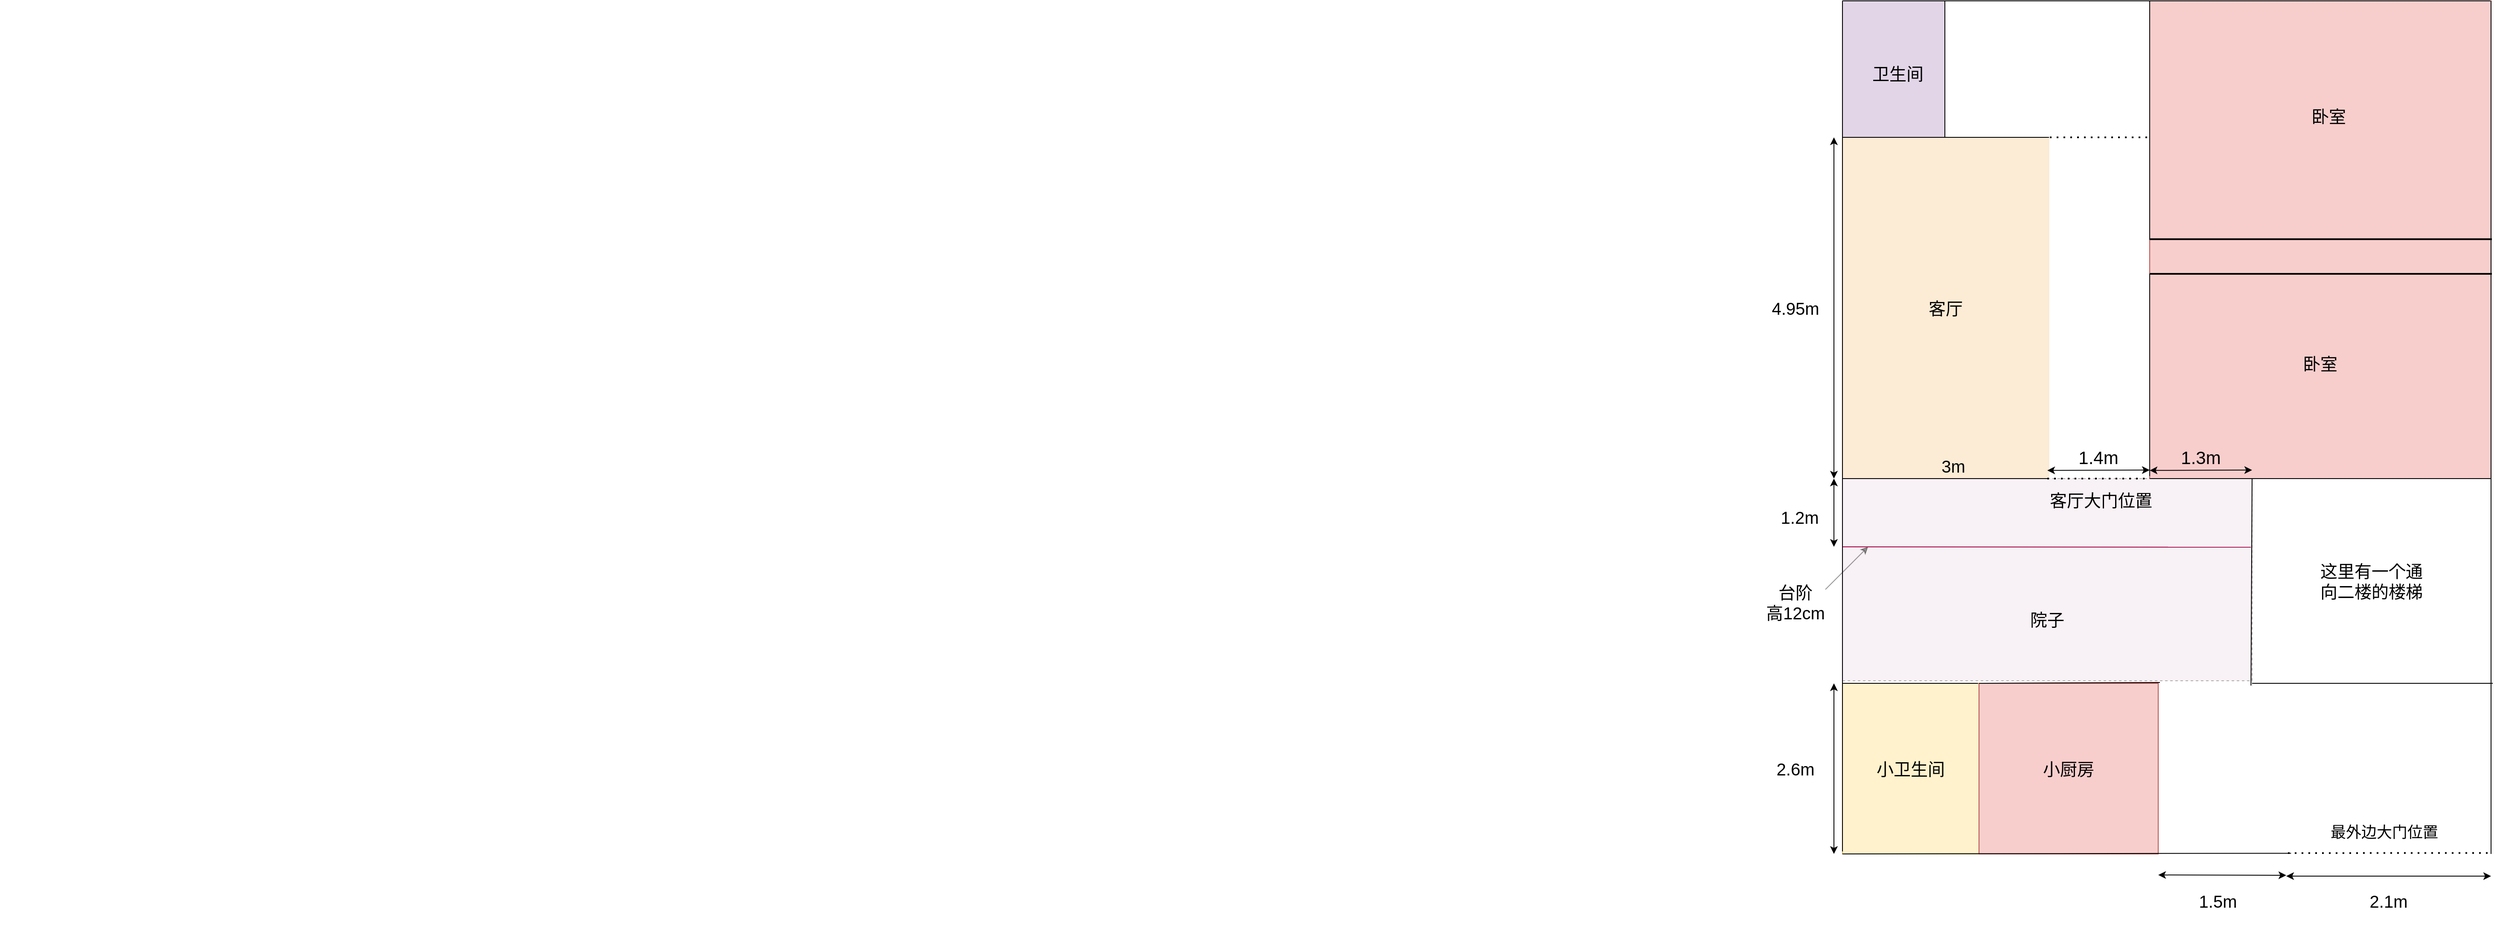
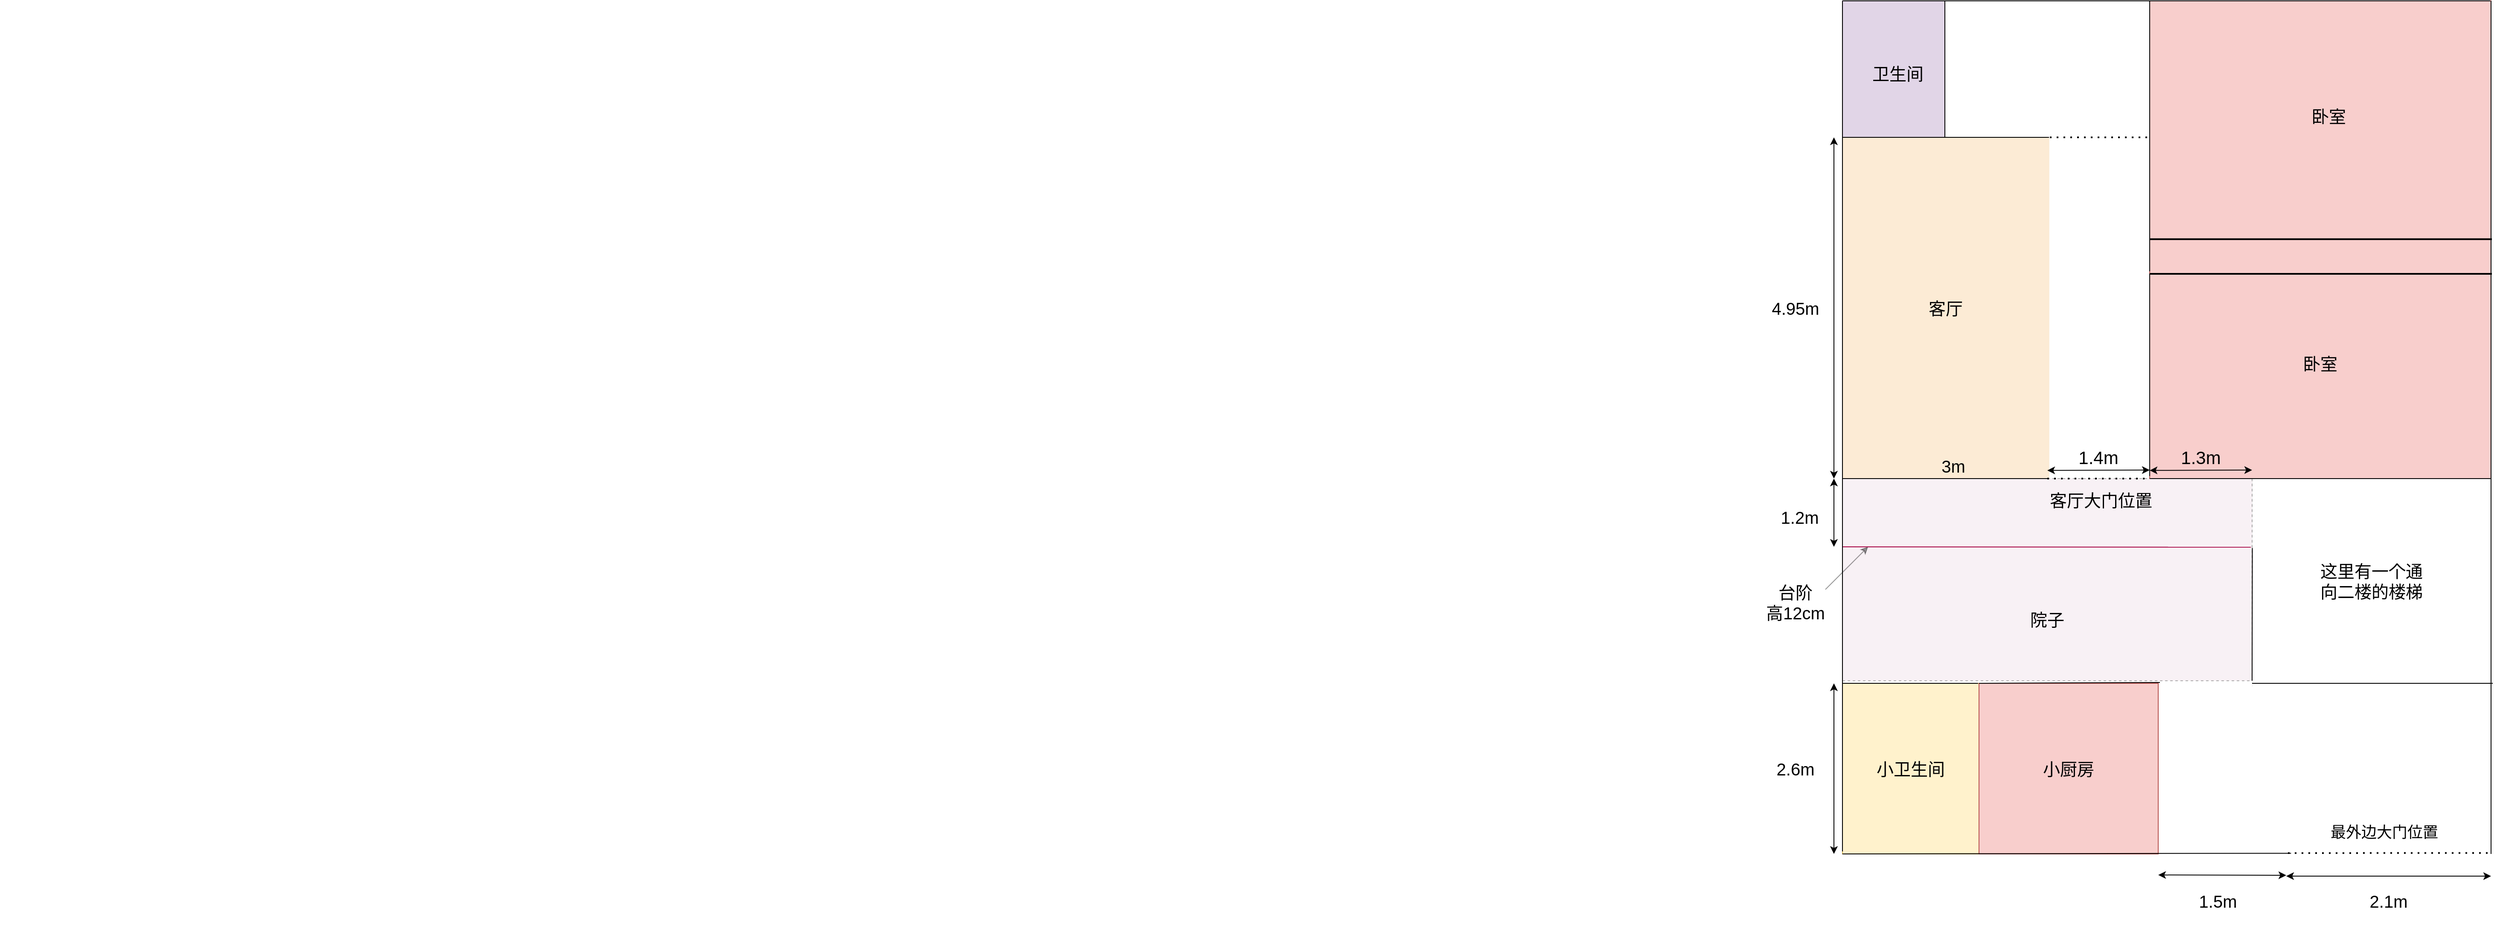
<mxfile host="app.diagrams.net">
  <diagram name="第 1 页" id="wZIuyqcNDYoyF_n4KTNo">
-     <mxGraphModel dx="5005" dy="1002" grid="1" gridSize="10" guides="1" tooltips="1" connect="1" arrows="1" fold="1" page="0" pageScale="1" pageWidth="827" pageHeight="1169" math="0" shadow="0">
+     <mxGraphModel dx="5391" dy="1217" grid="1" gridSize="10" guides="1" tooltips="1" connect="1" arrows="1" fold="1" page="0" pageScale="1" pageWidth="827" pageHeight="1169" math="0" shadow="0">
      <root>
        <mxCell id="0" />
        <mxCell id="1" parent="0" />
        <mxCell id="B6cJezgEDmUqJ-jPERdG-46" parent="1" style="rounded=0;whiteSpace=wrap;html=1;fillColor=#E6D0DE;opacity=30;dashed=1;" value="" vertex="1">
          <mxGeometry height="237" width="480" x="-712" y="593" as="geometry" />
        </mxCell>
        <mxCell id="B6cJezgEDmUqJ-jPERdG-32" parent="1" style="rounded=0;whiteSpace=wrap;html=1;fillColor=#f8cecc;strokeColor=#b85450;" value="" vertex="1">
          <mxGeometry height="560" width="400" x="-352" y="33" as="geometry" />
        </mxCell>
        <mxCell id="B6cJezgEDmUqJ-jPERdG-1" parent="1" style="whiteSpace=wrap;html=1;aspect=fixed;strokeColor=#A50040;opacity=0;fillColor=#d80073;fontColor=#ffffff;" value="" vertex="1">
          <mxGeometry height="1033" width="1033" x="-2870" y="90" as="geometry" />
        </mxCell>
        <mxCell id="B6cJezgEDmUqJ-jPERdG-2" parent="1" style="rounded=0;whiteSpace=wrap;html=1;fillColor=#dae8fc;strokeColor=#6c8ebf;opacity=0;" value="" vertex="1">
          <mxGeometry height="200" width="388" x="-340" y="833" as="geometry" />
        </mxCell>
        <mxCell id="B6cJezgEDmUqJ-jPERdG-4" parent="1" style="rounded=0;whiteSpace=wrap;html=1;fillColor=#fff2cc;strokeColor=#d6b656;" value="&lt;font style=&quot;font-size: 20px;&quot;&gt;小卫生间&lt;/font&gt;" vertex="1">
          <mxGeometry height="200" width="160" x="-712" y="833" as="geometry" />
        </mxCell>
        <mxCell id="B6cJezgEDmUqJ-jPERdG-5" parent="1" style="rounded=0;whiteSpace=wrap;html=1;fillColor=#f8cecc;strokeColor=#b85450;" value="" vertex="1">
          <mxGeometry height="200" width="210" x="-552" y="833" as="geometry" />
        </mxCell>
        <mxCell id="B6cJezgEDmUqJ-jPERdG-6" parent="1" style="text;html=1;whiteSpace=wrap;strokeColor=none;fillColor=none;align=center;verticalAlign=middle;rounded=0;" value="&lt;font style=&quot;font-size: 18px;&quot;&gt;最外边大门位置&lt;/font&gt;" vertex="1">
          <mxGeometry height="30" width="130" x="-142" y="993" as="geometry" />
        </mxCell>
        <mxCell id="B6cJezgEDmUqJ-jPERdG-7" parent="1" style="text;html=1;whiteSpace=wrap;strokeColor=none;fillColor=none;align=center;verticalAlign=middle;rounded=0;" value="&lt;font style=&quot;font-size: 20px;&quot;&gt;小厨房&lt;/font&gt;" vertex="1">
          <mxGeometry height="30" width="70" x="-482" y="918" as="geometry" />
        </mxCell>
        <mxCell id="B6cJezgEDmUqJ-jPERdG-8" parent="1" style="text;html=1;whiteSpace=wrap;strokeColor=none;fillColor=none;align=center;verticalAlign=middle;rounded=0;" value="&lt;font style=&quot;font-size: 20px;&quot;&gt;院子&lt;/font&gt;" vertex="1">
          <mxGeometry height="30" width="60" x="-502" y="743" as="geometry" />
        </mxCell>
        <mxCell id="B6cJezgEDmUqJ-jPERdG-9" edge="1" parent="1" style="endArrow=none;html=1;rounded=0;entryX=0.997;entryY=0.335;entryDx=0;entryDy=0;entryPerimeter=0;fillColor=#d80073;strokeColor=#A50040;" value="">
          <mxGeometry height="50" relative="1" width="50" as="geometry">
            <mxPoint x="-712" y="673" as="sourcePoint" />
            <mxPoint x="-233.44000000000005" y="673.3999999999999" as="targetPoint" />
          </mxGeometry>
        </mxCell>
        <mxCell id="B6cJezgEDmUqJ-jPERdG-10" edge="1" parent="1" style="endArrow=classic;html=1;rounded=0;opacity=40;" value="">
          <mxGeometry height="50" relative="1" width="50" as="geometry">
            <mxPoint x="-732" y="723" as="sourcePoint" />
            <mxPoint x="-682" y="673" as="targetPoint" />
          </mxGeometry>
        </mxCell>
        <mxCell id="B6cJezgEDmUqJ-jPERdG-11" parent="1" style="text;html=1;whiteSpace=wrap;strokeColor=none;fillColor=none;align=center;verticalAlign=middle;rounded=0;" value="&lt;font style=&quot;font-size: 20px;&quot;&gt;台阶&lt;/font&gt;&lt;div&gt;&lt;span style=&quot;font-size: 20px;&quot;&gt;高12cm&lt;/span&gt;&lt;/div&gt;" vertex="1">
          <mxGeometry height="30" width="90" x="-812" y="723" as="geometry" />
        </mxCell>
        <mxCell id="B6cJezgEDmUqJ-jPERdG-12" parent="1" style="text;html=1;whiteSpace=wrap;strokeColor=none;fillColor=none;align=center;verticalAlign=middle;rounded=0;" value="&lt;font style=&quot;font-size: 20px;&quot;&gt;1.2m&lt;/font&gt;" vertex="1">
          <mxGeometry height="30" width="60" x="-792" y="623" as="geometry" />
        </mxCell>
        <mxCell id="B6cJezgEDmUqJ-jPERdG-13" parent="1" style="rounded=0;whiteSpace=wrap;html=1;fillColor=#fad7ac;strokeColor=#b46504;strokeWidth=0;opacity=50;" value="&lt;font style=&quot;font-size: 20px;&quot;&gt;客厅&lt;/font&gt;" vertex="1">
          <mxGeometry height="400" width="242" x="-712" y="193" as="geometry" />
        </mxCell>
        <mxCell id="B6cJezgEDmUqJ-jPERdG-14" edge="1" parent="1" style="endArrow=none;html=1;rounded=0;entryX=1;entryY=0;entryDx=0;entryDy=0;strokeWidth=0;" value="">
          <mxGeometry height="50" relative="1" width="50" as="geometry">
            <mxPoint x="-352" y="593" as="sourcePoint" />
            <mxPoint x="-231.99999999999955" y="593" as="targetPoint" />
          </mxGeometry>
        </mxCell>
        <mxCell id="B6cJezgEDmUqJ-jPERdG-15" edge="1" parent="1" source="B6cJezgEDmUqJ-jPERdG-2" style="endArrow=none;html=1;rounded=0;exitX=0.278;exitY=0.019;exitDx=0;exitDy=0;strokeWidth=0;exitPerimeter=0;" value="">
          <mxGeometry height="50" relative="1" width="50" as="geometry">
            <mxPoint x="-282" y="643" as="sourcePoint" />
            <mxPoint x="-232" y="593" as="targetPoint" />
          </mxGeometry>
        </mxCell>
        <mxCell id="B6cJezgEDmUqJ-jPERdG-16" edge="1" parent="1" style="endArrow=none;html=1;rounded=0;exitX=0;exitY=0;exitDx=0;exitDy=0;strokeWidth=0;" value="">
          <mxGeometry height="50" relative="1" width="50" as="geometry">
            <mxPoint x="-712" y="833" as="sourcePoint" />
            <mxPoint x="-712" y="593" as="targetPoint" />
          </mxGeometry>
        </mxCell>
        <mxCell id="B6cJezgEDmUqJ-jPERdG-17" edge="1" parent="1" style="endArrow=none;dashed=1;html=1;dashPattern=1 3;strokeWidth=2;rounded=0;" value="">
          <mxGeometry height="50" relative="1" width="50" as="geometry">
            <mxPoint x="-472" y="593" as="sourcePoint" />
            <mxPoint x="-352" y="593" as="targetPoint" />
          </mxGeometry>
        </mxCell>
        <mxCell id="B6cJezgEDmUqJ-jPERdG-18" parent="1" style="text;html=1;whiteSpace=wrap;strokeColor=none;fillColor=none;align=center;verticalAlign=middle;rounded=0;" value="&lt;span style=&quot;font-size: 20px;&quot;&gt;客厅大门位置&lt;/span&gt;" vertex="1">
          <mxGeometry height="30" width="140" x="-479" y="603" as="geometry" />
        </mxCell>
        <mxCell id="B6cJezgEDmUqJ-jPERdG-19" parent="1" style="text;html=1;whiteSpace=wrap;strokeColor=none;fillColor=none;align=center;verticalAlign=middle;rounded=0;" value="&lt;font style=&quot;font-size: 20px;&quot;&gt;3m&lt;/font&gt;" vertex="1">
          <mxGeometry height="30" width="60" x="-612" y="563" as="geometry" />
        </mxCell>
        <mxCell id="B6cJezgEDmUqJ-jPERdG-20" parent="1" style="text;html=1;whiteSpace=wrap;strokeColor=none;fillColor=none;align=center;verticalAlign=middle;rounded=0;" value="&lt;font style=&quot;font-size: 21px;&quot;&gt;1.3m&lt;/font&gt;" vertex="1">
          <mxGeometry height="30" width="60" x="-322" y="553" as="geometry" />
        </mxCell>
        <mxCell id="B6cJezgEDmUqJ-jPERdG-23" edge="1" parent="1" style="endArrow=classic;startArrow=classic;html=1;rounded=0;" value="">
          <mxGeometry height="50" relative="1" width="50" as="geometry">
            <mxPoint x="-722" y="673" as="sourcePoint" />
            <mxPoint x="-722" y="593" as="targetPoint" />
          </mxGeometry>
        </mxCell>
        <mxCell id="B6cJezgEDmUqJ-jPERdG-24" edge="1" parent="1" style="endArrow=classic;startArrow=classic;html=1;rounded=0;exitX=0;exitY=1;exitDx=0;exitDy=0;" value="">
          <mxGeometry height="50" relative="1" width="50" as="geometry">
            <mxPoint x="-352" y="583.41" as="sourcePoint" />
            <mxPoint x="-232" y="583" as="targetPoint" />
          </mxGeometry>
        </mxCell>
        <mxCell id="B6cJezgEDmUqJ-jPERdG-25" edge="1" parent="1" style="endArrow=classic;startArrow=classic;html=1;rounded=0;" value="">
          <mxGeometry height="50" relative="1" width="50" as="geometry">
            <mxPoint x="-722" y="593" as="sourcePoint" />
            <mxPoint x="-722" y="193" as="targetPoint" />
          </mxGeometry>
        </mxCell>
        <mxCell id="B6cJezgEDmUqJ-jPERdG-26" parent="1" style="text;html=1;whiteSpace=wrap;strokeColor=none;fillColor=none;align=center;verticalAlign=middle;rounded=0;" value="&lt;font style=&quot;font-size: 20px;&quot;&gt;4.95m&lt;/font&gt;" vertex="1">
          <mxGeometry height="30" width="60" x="-797" y="378" as="geometry" />
        </mxCell>
        <mxCell id="B6cJezgEDmUqJ-jPERdG-27" edge="1" parent="1" style="endArrow=classic;startArrow=classic;html=1;rounded=0;exitX=0;exitY=1;exitDx=0;exitDy=0;" value="">
          <mxGeometry height="50" relative="1" width="50" as="geometry">
            <mxPoint x="-472" y="583.41" as="sourcePoint" />
            <mxPoint x="-352" y="583" as="targetPoint" />
          </mxGeometry>
        </mxCell>
        <mxCell id="B6cJezgEDmUqJ-jPERdG-28" parent="1" style="text;html=1;whiteSpace=wrap;strokeColor=none;fillColor=none;align=center;verticalAlign=middle;rounded=0;" value="&lt;font style=&quot;font-size: 21px;&quot;&gt;1.4m&lt;/font&gt;" vertex="1">
          <mxGeometry height="30" width="60" x="-442" y="553" as="geometry" />
        </mxCell>
        <mxCell id="B6cJezgEDmUqJ-jPERdG-29" edge="1" parent="1" style="endArrow=none;html=1;rounded=0;" value="">
          <mxGeometry height="50" relative="1" width="50" as="geometry">
            <mxPoint x="48" y="1033" as="sourcePoint" />
            <mxPoint x="48" y="833" as="targetPoint" />
          </mxGeometry>
        </mxCell>
        <mxCell id="B6cJezgEDmUqJ-jPERdG-34" parent="1" style="rounded=0;whiteSpace=wrap;html=1;fillColor=#e1d5e7;strokeColor=#9673a6;" value="" vertex="1">
          <mxGeometry height="160" width="120" x="-712" y="33" as="geometry" />
        </mxCell>
        <mxCell id="B6cJezgEDmUqJ-jPERdG-37" edge="1" parent="1" style="endArrow=none;dashed=1;html=1;dashPattern=1 3;strokeWidth=2;rounded=0;entryX=0;entryY=0;entryDx=0;entryDy=0;" value="">
          <mxGeometry height="50" relative="1" width="50" as="geometry">
            <mxPoint x="-190" y="1032" as="sourcePoint" />
            <mxPoint x="48" y="1031.82" as="targetPoint" />
          </mxGeometry>
        </mxCell>
        <mxCell id="B6cJezgEDmUqJ-jPERdG-39" parent="1" style="text;html=1;whiteSpace=wrap;strokeColor=none;fillColor=none;align=center;verticalAlign=middle;rounded=0;" value="&lt;font style=&quot;font-size: 20px;&quot;&gt;这里有一个通向二楼的楼梯&lt;/font&gt;" vertex="1">
          <mxGeometry height="30" width="130" x="-157" y="698" as="geometry" />
        </mxCell>
        <mxCell id="B6cJezgEDmUqJ-jPERdG-40" edge="1" parent="1" style="endArrow=none;html=1;strokeWidth=2;rounded=0;" value="">
          <mxGeometry height="50" relative="1" width="50" as="geometry">
            <mxPoint x="-352" y="353" as="sourcePoint" />
            <mxPoint x="49" y="353" as="targetPoint" />
          </mxGeometry>
        </mxCell>
        <mxCell id="B6cJezgEDmUqJ-jPERdG-41" edge="1" parent="1" style="endArrow=none;html=1;strokeWidth=2;rounded=0;" value="">
          <mxGeometry height="50" relative="1" width="50" as="geometry">
            <mxPoint x="-352" y="312.40999999999997" as="sourcePoint" />
            <mxPoint x="49" y="312.40999999999997" as="targetPoint" />
          </mxGeometry>
        </mxCell>
        <mxCell id="B6cJezgEDmUqJ-jPERdG-42" parent="1" style="text;html=1;whiteSpace=wrap;strokeColor=none;fillColor=none;align=center;verticalAlign=middle;rounded=0;" value="&lt;span style=&quot;font-size: 20px;&quot;&gt;卧室&lt;/span&gt;" vertex="1">
          <mxGeometry height="30" width="60" x="-182" y="443" as="geometry" />
        </mxCell>
        <mxCell id="B6cJezgEDmUqJ-jPERdG-43" parent="1" style="text;html=1;whiteSpace=wrap;strokeColor=none;fillColor=none;align=center;verticalAlign=middle;rounded=0;" value="&lt;span style=&quot;font-size: 20px;&quot;&gt;卧室&lt;/span&gt;" vertex="1">
          <mxGeometry height="30" width="60" x="-172" y="153" as="geometry" />
        </mxCell>
        <mxCell id="B6cJezgEDmUqJ-jPERdG-44" edge="1" parent="1" style="endArrow=none;dashed=1;html=1;dashPattern=1 3;strokeWidth=2;rounded=0;" value="">
          <mxGeometry height="50" relative="1" width="50" as="geometry">
            <mxPoint x="-469" y="193" as="sourcePoint" />
            <mxPoint x="-349" y="193" as="targetPoint" />
          </mxGeometry>
        </mxCell>
        <mxCell id="B6cJezgEDmUqJ-jPERdG-45" parent="1" style="text;html=1;whiteSpace=wrap;strokeColor=none;fillColor=none;align=center;verticalAlign=middle;rounded=0;" value="&lt;font style=&quot;font-size: 20px;&quot;&gt;卫生间&lt;/font&gt;" vertex="1">
          <mxGeometry height="30" width="70" x="-682" y="103" as="geometry" />
        </mxCell>
        <mxCell id="B6cJezgEDmUqJ-jPERdG-47" edge="1" parent="1" style="endArrow=classic;startArrow=classic;html=1;rounded=0;" value="">
          <mxGeometry height="50" relative="1" width="50" as="geometry">
            <mxPoint x="-722" y="1033" as="sourcePoint" />
            <mxPoint x="-722" y="833" as="targetPoint" />
          </mxGeometry>
        </mxCell>
        <mxCell id="B6cJezgEDmUqJ-jPERdG-48" parent="1" style="text;html=1;whiteSpace=wrap;strokeColor=none;fillColor=none;align=center;verticalAlign=middle;rounded=0;" value="&lt;font style=&quot;font-size: 20px;&quot;&gt;2.6m&lt;/font&gt;" vertex="1">
          <mxGeometry height="30" width="60" x="-797" y="918" as="geometry" />
        </mxCell>
        <mxCell id="B6cJezgEDmUqJ-jPERdG-49" edge="1" parent="1" style="endArrow=classic;startArrow=classic;html=1;rounded=0;" value="">
          <mxGeometry height="50" relative="1" width="50" as="geometry">
            <mxPoint x="-342" y="1057.6599999999999" as="sourcePoint" />
            <mxPoint x="-192" y="1058" as="targetPoint" />
          </mxGeometry>
        </mxCell>
        <mxCell id="B6cJezgEDmUqJ-jPERdG-50" parent="1" style="text;html=1;whiteSpace=wrap;strokeColor=none;fillColor=none;align=center;verticalAlign=middle;rounded=0;" value="&lt;font style=&quot;font-size: 20px;&quot;&gt;1.5m&lt;/font&gt;" vertex="1">
          <mxGeometry height="30" width="60" x="-302" y="1073" as="geometry" />
        </mxCell>
        <mxCell id="B6cJezgEDmUqJ-jPERdG-51" edge="1" parent="1" style="endArrow=classic;startArrow=classic;html=1;rounded=0;" value="">
          <mxGeometry height="50" relative="1" width="50" as="geometry">
            <mxPoint x="-192" y="1059" as="sourcePoint" />
            <mxPoint x="48" y="1059" as="targetPoint" />
          </mxGeometry>
        </mxCell>
        <mxCell id="B6cJezgEDmUqJ-jPERdG-52" parent="1" style="text;html=1;whiteSpace=wrap;strokeColor=none;fillColor=none;align=center;verticalAlign=middle;rounded=0;" value="&lt;font style=&quot;font-size: 20px;&quot;&gt;2.1m&lt;/font&gt;" vertex="1">
          <mxGeometry height="30" width="60" x="-102" y="1073" as="geometry" />
        </mxCell>
        <mxCell id="PCjKG6IYBWH_yHh-pePv-1" edge="1" parent="1" style="endArrow=none;html=1;rounded=0;" value="">
          <mxGeometry height="50" relative="1" width="50" as="geometry">
            <mxPoint x="48" y="1030" as="sourcePoint" />
            <mxPoint x="48" y="33" as="targetPoint" />
          </mxGeometry>
        </mxCell>
        <mxCell id="PCjKG6IYBWH_yHh-pePv-2" edge="1" parent="1" style="endArrow=none;html=1;rounded=0;" value="">
          <mxGeometry height="50" relative="1" width="50" as="geometry">
            <mxPoint x="-712" y="1030" as="sourcePoint" />
            <mxPoint x="-712" y="33.5" as="targetPoint" />
          </mxGeometry>
        </mxCell>
        <mxCell id="PCjKG6IYBWH_yHh-pePv-3" edge="1" parent="1" style="endArrow=none;html=1;rounded=0;" value="">
          <mxGeometry height="50" relative="1" width="50" as="geometry">
            <mxPoint x="-712" y="33" as="sourcePoint" />
            <mxPoint x="47" y="33" as="targetPoint" />
          </mxGeometry>
        </mxCell>
        <mxCell id="PCjKG6IYBWH_yHh-pePv-4" edge="1" parent="1" style="endArrow=none;html=1;rounded=0;entryX=0.396;entryY=0.996;entryDx=0;entryDy=0;entryPerimeter=0;" target="B6cJezgEDmUqJ-jPERdG-2" value="">
          <mxGeometry height="50" relative="1" width="50" as="geometry">
            <mxPoint x="-712" y="1033" as="sourcePoint" />
            <mxPoint x="-662" y="983" as="targetPoint" />
          </mxGeometry>
        </mxCell>
        <mxCell id="PCjKG6IYBWH_yHh-pePv-5" edge="1" parent="1" style="endArrow=none;html=1;rounded=0;entryX=0.331;entryY=1;entryDx=0;entryDy=0;entryPerimeter=0;" value="">
          <mxGeometry height="50" relative="1" width="50" as="geometry">
            <mxPoint x="-712" y="833" as="sourcePoint" />
            <mxPoint x="-553.1199999999999" y="833" as="targetPoint" />
          </mxGeometry>
        </mxCell>
        <mxCell id="PCjKG6IYBWH_yHh-pePv-6" edge="1" parent="1" style="endArrow=none;html=1;rounded=0;" value="">
          <mxGeometry height="50" relative="1" width="50" as="geometry">
            <mxPoint x="-552" y="832.96" as="sourcePoint" />
            <mxPoint x="-340" y="832" as="targetPoint" />
          </mxGeometry>
        </mxCell>
        <mxCell id="PCjKG6IYBWH_yHh-pePv-7" edge="1" parent="1" source="B6cJezgEDmUqJ-jPERdG-34" style="endArrow=none;html=1;rounded=0;exitX=1;exitY=1;exitDx=0;exitDy=0;" value="">
          <mxGeometry height="50" relative="1" width="50" as="geometry">
            <mxPoint x="-642" y="83" as="sourcePoint" />
            <mxPoint x="-592" y="33" as="targetPoint" />
          </mxGeometry>
        </mxCell>
        <mxCell id="PCjKG6IYBWH_yHh-pePv-8" edge="1" parent="1" source="B6cJezgEDmUqJ-jPERdG-32" style="endArrow=none;html=1;rounded=0;exitX=0;exitY=0.5;exitDx=0;exitDy=0;" value="">
          <mxGeometry height="50" relative="1" width="50" as="geometry">
            <mxPoint x="-402" y="83" as="sourcePoint" />
            <mxPoint x="-352" y="33" as="targetPoint" />
          </mxGeometry>
        </mxCell>
        <mxCell id="PCjKG6IYBWH_yHh-pePv-9" edge="1" parent="1" style="endArrow=none;html=1;rounded=0;" value="">
          <mxGeometry height="50" relative="1" width="50" as="geometry">
            <mxPoint x="-352" y="590" as="sourcePoint" />
            <mxPoint x="-352" y="353" as="targetPoint" />
          </mxGeometry>
        </mxCell>
        <mxCell id="PCjKG6IYBWH_yHh-pePv-10" edge="1" parent="1" style="endArrow=none;html=1;rounded=0;entryX=1;entryY=0;entryDx=0;entryDy=0;" target="B6cJezgEDmUqJ-jPERdG-13" value="">
          <mxGeometry height="50" relative="1" width="50" as="geometry">
            <mxPoint x="-712" y="193" as="sourcePoint" />
            <mxPoint x="-662" y="143" as="targetPoint" />
          </mxGeometry>
        </mxCell>
        <mxCell id="PCjKG6IYBWH_yHh-pePv-11" edge="1" parent="1" style="endArrow=none;html=1;rounded=0;" value="">
          <mxGeometry height="50" relative="1" width="50" as="geometry">
            <mxPoint x="-232" y="833" as="sourcePoint" />
            <mxPoint x="50" y="833" as="targetPoint" />
          </mxGeometry>
        </mxCell>
        <mxCell id="PCjKG6IYBWH_yHh-pePv-12" edge="1" parent="1" style="endArrow=none;html=1;rounded=0;entryX=1;entryY=1;entryDx=0;entryDy=0;" target="B6cJezgEDmUqJ-jPERdG-13" value="">
          <mxGeometry height="50" relative="1" width="50" as="geometry">
            <mxPoint x="-712" y="593" as="sourcePoint" />
            <mxPoint x="-662" y="543" as="targetPoint" />
          </mxGeometry>
        </mxCell>
        <mxCell id="PCjKG6IYBWH_yHh-pePv-13" edge="1" parent="1" style="endArrow=none;html=1;rounded=0;entryX=1;entryY=1;entryDx=0;entryDy=0;" target="B6cJezgEDmUqJ-jPERdG-32" value="">
          <mxGeometry height="50" relative="1" width="50" as="geometry">
            <mxPoint x="-352" y="593" as="sourcePoint" />
            <mxPoint x="-110" y="593" as="targetPoint" />
          </mxGeometry>
        </mxCell>
-         <mxCell id="PCjKG6IYBWH_yHh-pePv-14" edge="1" parent="1" source="B6cJezgEDmUqJ-jPERdG-2" style="endArrow=none;html=1;rounded=0;exitX=0.275;exitY=0.013;exitDx=0;exitDy=0;exitPerimeter=0;" value="">
-           <mxGeometry height="50" relative="1" width="50" as="geometry">
-             <mxPoint x="-232" y="830" as="sourcePoint" />
-             <mxPoint x="-232" y="593" as="targetPoint" />
+         <mxCell id="PCjKG6IYBWH_yHh-pePv-14" edge="1" parent="1" style="endArrow=none;html=1;rounded=0;exitX=0.275;exitY=0.013;exitDx=0;exitDy=0;exitPerimeter=0;" value="">
+           <mxGeometry height="50" relative="1" width="50" as="geometry">
+             <mxPoint x="-232.00000000000017" y="829.9999999999999" as="sourcePoint" />
+             <mxPoint x="-231.7" y="674.4" as="targetPoint" />
+           </mxGeometry>
+         </mxCell>
+         <mxCell id="PCjKG6IYBWH_yHh-pePv-16" edge="1" parent="1" style="endArrow=none;html=1;rounded=0;" value="">
+           <mxGeometry height="50" relative="1" width="50" as="geometry">
+             <mxPoint x="-352" y="350" as="sourcePoint" />
+             <mxPoint x="-352" y="310" as="targetPoint" />
          </mxGeometry>
        </mxCell>
      </root>
    </mxGraphModel>
  </diagram>
</mxfile>
